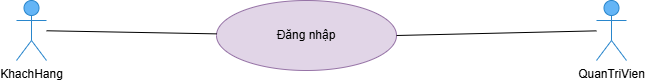
Earlier version of the draw.io export DIAGRAM/usecase-login.png (MinhVy1324/Booking_Film). Source tidied: cells renumbered, new cells last; positions are measured from the earlier drawing's top-left corner, leaving out a move shared by most shapes. The source it was exported from:
```xml
<mxGraphModel>
  <root>
    <mxCell id="0" />
    <mxCell id="1" parent="0" />
    <mxCell id="2" value="KhachHang" style="shape=umlActor;verticalLabelPosition=bottom;verticalAlign=top;html=1;outlineConnect=0;fillColor=#64b5f6;strokeColor=#2986cc;" parent="1" vertex="1">
      <mxGeometry width="30" height="60" as="geometry" />
    </mxCell>
    <mxCell id="3" value="Đăng nhập" style="ellipse;whiteSpace=wrap;html=1;fillColor=#e1d5e7;strokeColor=#9673a6;" parent="1" vertex="1">
      <mxGeometry x="200" width="180" height="70" as="geometry" />
    </mxCell>
    <mxCell id="4" style="endArrow=none;html=1;rounded=0;" parent="1" edge="1" source="2" target="3">
      <mxGeometry relative="1" as="geometry" />
    </mxCell>
    <mxCell id="5" value="QuanTriVien" style="shape=umlActor;verticalLabelPosition=bottom;verticalAlign=top;html=1;outlineConnect=0;fillColor=#64b5f6;strokeColor=#2986cc;" parent="1" vertex="1">
      <mxGeometry x="580" width="30" height="60" as="geometry" />
    </mxCell>
    <mxCell id="6" style="endArrow=none;html=1;rounded=0;entryX=1;entryY=0.5;entryDx=0;entryDy=0;" parent="1" edge="1" source="5" target="3">
      <mxGeometry relative="1" as="geometry" />
    </mxCell>
  </root>
</mxGraphModel>
```
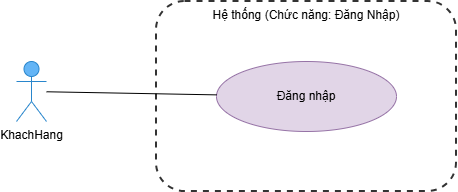
Above is the later version.

Diff of the diagram source:
```diff
@@ -5,17 +5,14 @@
     <mxCell id="2" value="KhachHang" style="shape=umlActor;verticalLabelPosition=bottom;verticalAlign=top;html=1;outlineConnect=0;fillColor=#64b5f6;strokeColor=#2986cc;" parent="1" vertex="1">
       <mxGeometry width="30" height="60" as="geometry" />
     </mxCell>
+    <mxCell id="7" value="Hệ thống (Chức năng: Đăng Nhập)" style="rounded=1;whiteSpace=wrap;html=1;dashed=1;strokeWidth=2;verticalAlign=top;fillColor=none;strokeColor=#333333;" parent="1" vertex="1">
+      <mxGeometry x="140" y="-60" width="300" height="190" as="geometry" />
+    </mxCell>
     <mxCell id="3" value="Đăng nhập" style="ellipse;whiteSpace=wrap;html=1;fillColor=#e1d5e7;strokeColor=#9673a6;" parent="1" vertex="1">
       <mxGeometry x="200" width="180" height="70" as="geometry" />
     </mxCell>
     <mxCell id="4" style="endArrow=none;html=1;rounded=0;" parent="1" edge="1" source="2" target="3">
       <mxGeometry relative="1" as="geometry" />
     </mxCell>
-    <mxCell id="5" value="QuanTriVien" style="shape=umlActor;verticalLabelPosition=bottom;verticalAlign=top;html=1;outlineConnect=0;fillColor=#64b5f6;strokeColor=#2986cc;" parent="1" vertex="1">
-      <mxGeometry x="580" width="30" height="60" as="geometry" />
-    </mxCell>
-    <mxCell id="6" style="endArrow=none;html=1;rounded=0;entryX=1;entryY=0.5;entryDx=0;entryDy=0;" parent="1" edge="1" source="5" target="3">
-      <mxGeometry relative="1" as="geometry" />
-    </mxCell>
   </root>
 </mxGraphModel>
```
